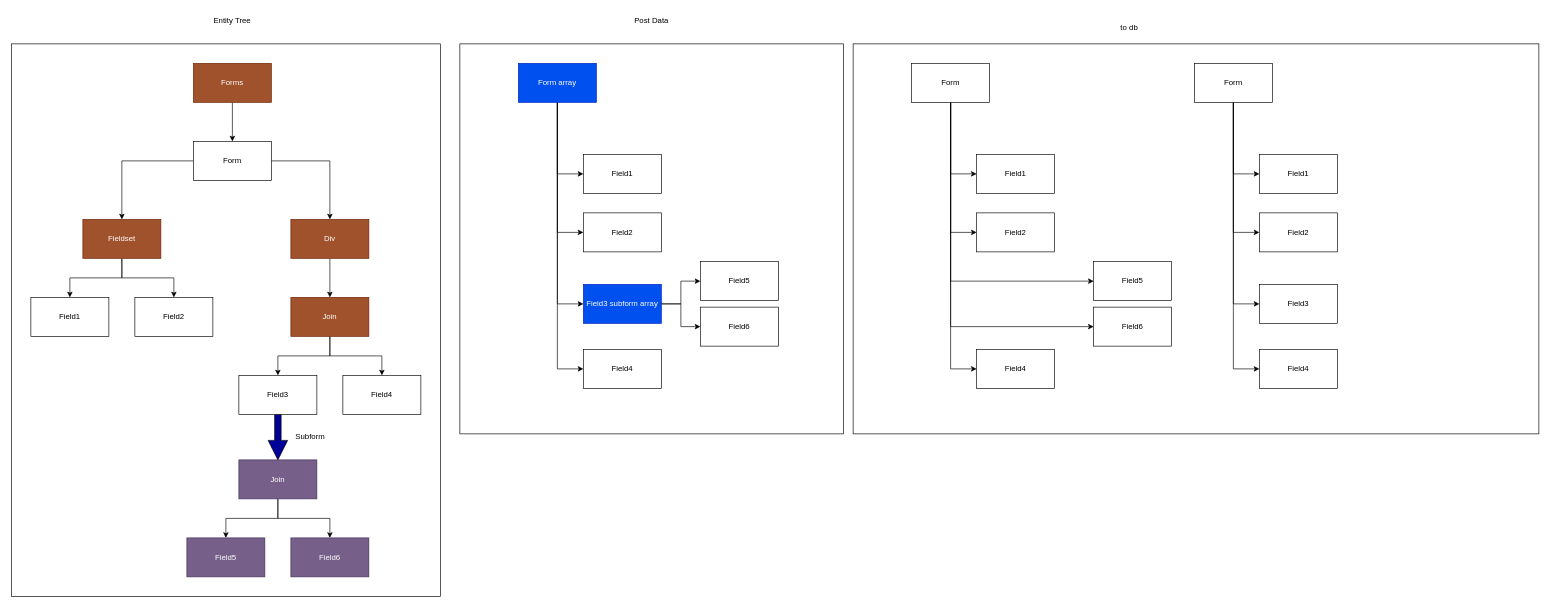
Earlier version of the draw.io diagram page "children -> inputs -> db" (3 of 5) of readme/diagrams.drawio (akaDJon/iwa_formbuilder). Source tidied: cells renumbered, new cells numbered last; positions are measured from the earlier drawing's top-left corner, leaving out a move shared by most shapes. Both pictures are drawn from the tidied source at 65%, with x=0, y=0 at pixel (11, 11).
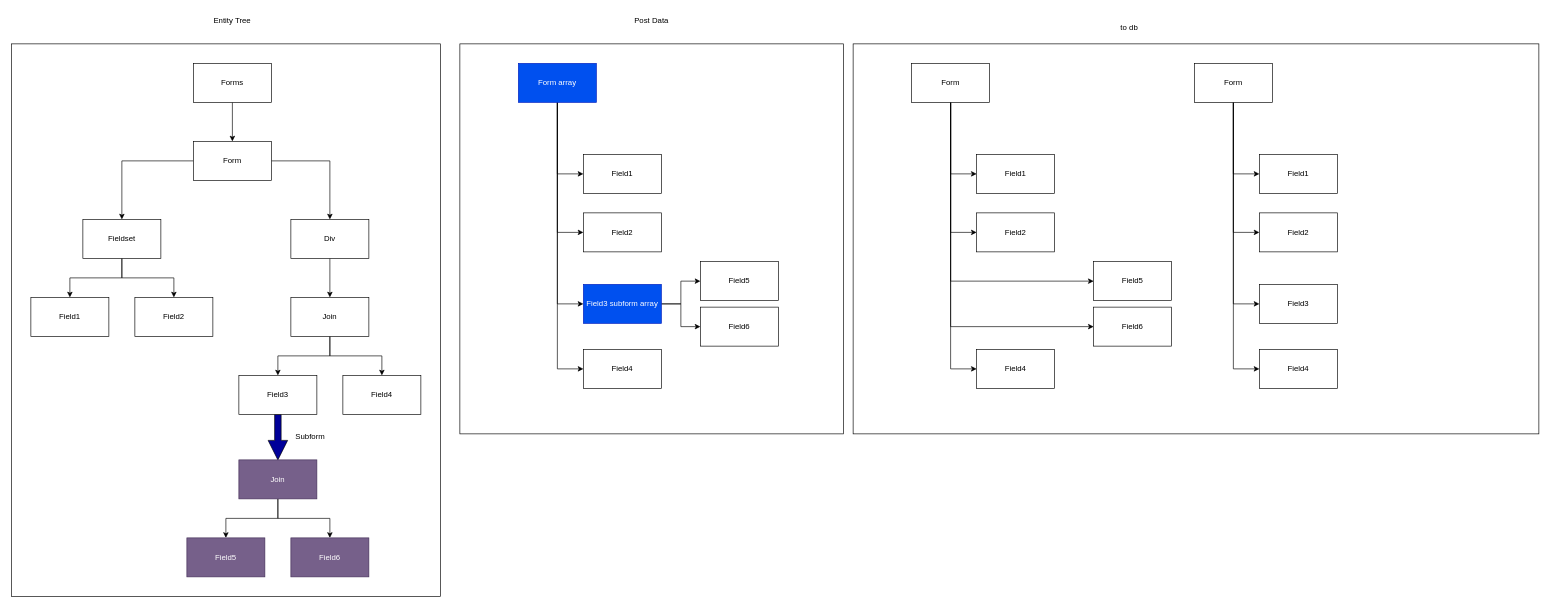
The same diagram, later.

What changed in the source:
```diff
@@
-    <mxCell id="5" value="Forms" style="rounded=0;whiteSpace=wrap;html=1;fillColor=#a0522d;fontColor=#ffffff;strokeColor=#6D1F00;" parent="1" vertex="1">
+    <mxCell id="5" value="Forms" style="rounded=0;whiteSpace=wrap;html=1;" parent="1" vertex="1">
       <mxGeometry x="280" y="80" width="120" height="60" as="geometry" />
     </mxCell>
@@
-    <mxCell id="11" value="Fieldset" style="rounded=0;whiteSpace=wrap;html=1;fillColor=#a0522d;fontColor=#ffffff;strokeColor=#6D1F00;" parent="1" vertex="1">
+    <mxCell id="11" value="Fieldset" style="rounded=0;whiteSpace=wrap;html=1;" parent="1" vertex="1">
       <mxGeometry x="110" y="320" width="120" height="60" as="geometry" />
     </mxCell>
@@
-    <mxCell id="13" value="Div" style="rounded=0;whiteSpace=wrap;html=1;fillColor=#a0522d;fontColor=#ffffff;strokeColor=#6D1F00;" parent="1" vertex="1">
+    <mxCell id="13" value="Div" style="rounded=0;whiteSpace=wrap;html=1;" parent="1" vertex="1">
       <mxGeometry x="430" y="320" width="120" height="60" as="geometry" />
     </mxCell>
@@
-    <mxCell id="16" value="Join" style="rounded=0;whiteSpace=wrap;html=1;fillColor=#a0522d;fontColor=#ffffff;strokeColor=#6D1F00;" parent="1" vertex="1">
+    <mxCell id="16" value="Join" style="rounded=0;whiteSpace=wrap;html=1;" parent="1" vertex="1">
       <mxGeometry x="430" y="440" width="120" height="60" as="geometry" />
     </mxCell>
```
